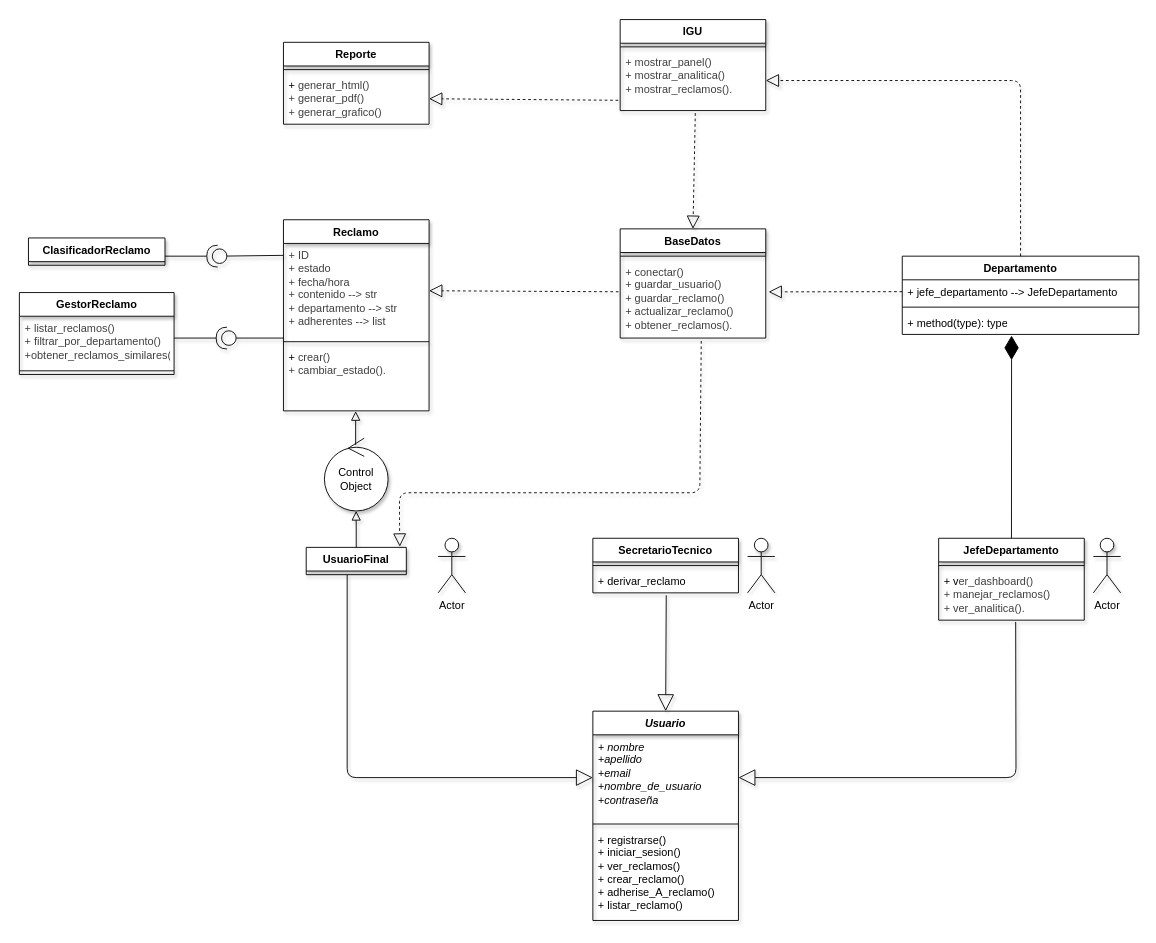
AgustinG178/pa_2025c1_practica keeps this draw.io diagram as TrabajoPractica_3/docs/UML_Tp_3.drawio. Above is the earlier version. Source tidied: cells renumbered, new cells numbered last; positions are measured from the earlier drawing's top-left corner, leaving out a move shared by most shapes. Both pictures are drawn from the tidied source at 91%, with x=0, y=0 at pixel (19, 19).
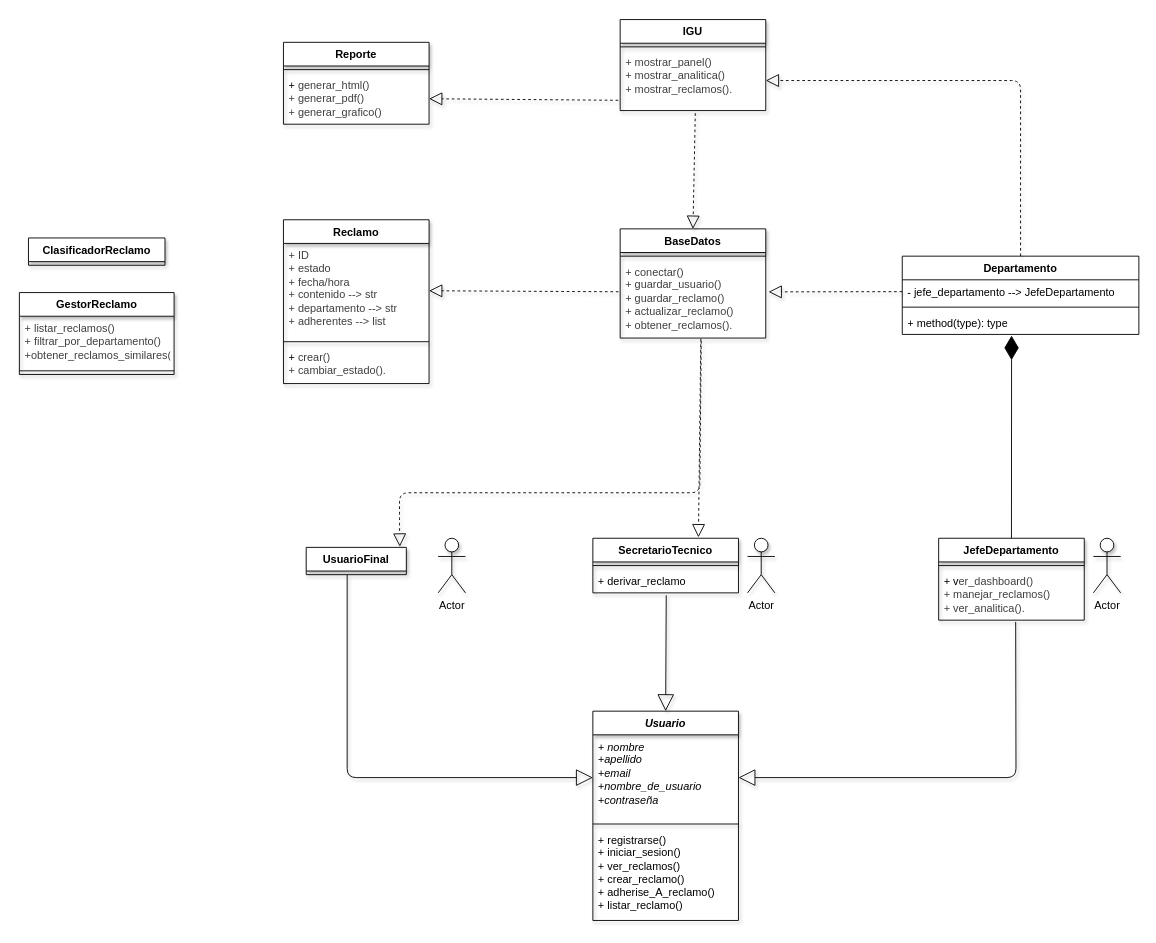
Above is the later version.

The change refers to these unchanged cells:
```xml
<mxCell id="11" value="&lt;span style=&quot;color: rgb(63, 63, 63);&quot;&gt;+ conectar()&lt;/span&gt;&lt;div&gt;&lt;span style=&quot;color: rgb(63, 63, 63);&quot;&gt;+ guardar_usuario()&lt;/span&gt;&lt;/div&gt;&lt;div&gt;&lt;span style=&quot;color: rgb(63, 63, 63);&quot;&gt;+ guardar_reclamo()&lt;/span&gt;&lt;/div&gt;&lt;div&gt;&lt;span style=&quot;color: rgb(63, 63, 63);&quot;&gt;+ actualizar_reclamo()&amp;nbsp;&lt;/span&gt;&lt;/div&gt;&lt;div&gt;&lt;span style=&quot;color: rgb(63, 63, 63);&quot;&gt;+ obtener_reclamos().&lt;/span&gt;&lt;/div&gt;" style="text;align=left;verticalAlign=top;spacingLeft=4;spacingRight=4;overflow=hidden;points=[[0,0.5],[1,0.5]];portConstraint=eastwest;whiteSpace=wrap;html=1;swimlaneLine=1;perimeterSpacing=14;shadow=1;" parent="9" vertex="1">
  <mxGeometry y="34" width="160" height="86" as="geometry" />
</mxCell>
<mxCell id="22" value="SecretarioTecnico" style="swimlane;fontStyle=1;align=center;verticalAlign=top;horizontal=1;startSize=26;whiteSpace=wrap;html=1;swimlaneLine=1;shadow=1;" parent="1" vertex="1">
  <mxGeometry x="630" y="570" width="160" height="60" as="geometry" />
</mxCell>
<mxCell id="28" value="UsuarioFinal" style="swimlane;fontStyle=1;align=center;verticalAlign=top;horizontal=1;startSize=26;whiteSpace=wrap;html=1;swimlaneLine=1;shadow=1;" parent="1" vertex="1" collapsed="1">
  <mxGeometry x="315" y="580" width="110" height="30" as="geometry" />
</mxCell>
<mxCell id="47" value="Departamento&lt;div&gt;&lt;br&gt;&lt;/div&gt;" style="swimlane;fontStyle=1;align=center;verticalAlign=top;horizontal=1;startSize=26;whiteSpace=wrap;html=1;" parent="1" vertex="1">
  <mxGeometry x="970" y="260" width="260" height="86" as="geometry" />
</mxCell>
```

The edit, as a diff of the source:
```diff
@@
     <mxCell id="18" value="Reclamo" style="swimlane;fontStyle=1;align=center;verticalAlign=top;horizontal=1;startSize=26;whiteSpace=wrap;html=1;swimlaneLine=1;shadow=1;" parent="1" vertex="1">
-      <mxGeometry x="290" y="220" width="160" height="210" as="geometry" />
+      <mxGeometry x="290" y="220" width="160" height="180" as="geometry" />
     </mxCell>
@@
     <mxCell id="21" value="+&amp;nbsp;&lt;span style=&quot;color: rgb(63, 63, 63);&quot;&gt;crear()&lt;/span&gt;&lt;div&gt;&lt;span style=&quot;color: rgb(63, 63, 63);&quot;&gt;+ cambiar_estado().&lt;/span&gt;&lt;/div&gt;" style="text;align=left;verticalAlign=top;spacingLeft=4;spacingRight=4;overflow=hidden;points=[[0,0.5],[1,0.5]];portConstraint=eastwest;whiteSpace=wrap;html=1;swimlaneLine=1;shadow=1;" parent="18" vertex="1">
-      <mxGeometry y="138" width="160" height="72" as="geometry" />
+      <mxGeometry y="138" width="160" height="42" as="geometry" />
     </mxCell>
@@
-    <mxCell id="34" value="Control Object" style="ellipse;shape=umlControl;whiteSpace=wrap;html=1;rotation=0;swimlaneLine=1;shadow=1;" parent="1" vertex="1">
-      <mxGeometry x="335" y="460" width="70" height="80" as="geometry" />
-    </mxCell>
-    <mxCell id="35" style="endArrow=block;endSize=8;endFill=0;html=1;exitX=0.5;exitY=0;exitDx=0;exitDy=0;entryX=0.498;entryY=1;entryDx=0;entryDy=0;entryPerimeter=0;shadow=1;strokeWidth=1;" parent="1" edge="1" source="28" target="34">
-      <mxGeometry relative="1" as="geometry" />
-    </mxCell>
-    <mxCell id="36" style="endArrow=block;endSize=8;endFill=0;html=1;exitX=0.49;exitY=0.093;exitDx=0;exitDy=0;exitPerimeter=0;entryX=0.496;entryY=1.004;entryDx=0;entryDy=0;entryPerimeter=0;shadow=1;strokeWidth=1;" parent="1" edge="1" source="34" target="21">
-      <mxGeometry relative="1" as="geometry" />
-    </mxCell>
@@
-    <mxCell id="41" style="rounded=0;orthogonalLoop=1;jettySize=auto;html=1;endArrow=halfCircle;endFill=0;endSize=10;strokeWidth=1;exitX=1.012;exitY=0.666;exitDx=0;exitDy=0;exitPerimeter=0;swimlaneLine=1;shadow=1;" parent="1" edge="1">
-      <mxGeometry relative="1" as="geometry">
-        <mxPoint x="169.8" y="350" as="sourcePoint" />
-        <mxPoint x="228" y="350" as="targetPoint" />
-      </mxGeometry>
-    </mxCell>
-    <mxCell id="42" style="rounded=0;orthogonalLoop=1;jettySize=auto;html=1;endArrow=oval;endFill=0;sourcePerimeterSpacing=0;targetPerimeterSpacing=0;endSize=16;exitX=0.001;exitY=0.607;exitDx=0;exitDy=0;exitPerimeter=0;swimlaneLine=1;shadow=1;strokeWidth=1;" parent="1" edge="1">
-      <mxGeometry relative="1" as="geometry">
-        <mxPoint x="290" y="259.1" as="sourcePoint" />
-        <mxPoint x="219.8" y="260" as="targetPoint" />
-      </mxGeometry>
-    </mxCell>
@@
-    <mxCell id="45" style="rounded=0;orthogonalLoop=1;jettySize=auto;html=1;endArrow=oval;endFill=0;sourcePerimeterSpacing=0;targetPerimeterSpacing=0;endSize=16;exitX=0.001;exitY=0.607;exitDx=0;exitDy=0;exitPerimeter=0;swimlaneLine=1;shadow=1;strokeWidth=1;" parent="1" edge="1">
-      <mxGeometry relative="1" as="geometry">
-        <mxPoint x="290" y="350" as="sourcePoint" />
-        <mxPoint x="230" y="350" as="targetPoint" />
-      </mxGeometry>
-    </mxCell>
-    <mxCell id="46" style="rounded=0;orthogonalLoop=1;jettySize=auto;html=1;endArrow=halfCircle;endFill=0;endSize=10;strokeWidth=1;exitX=1.012;exitY=0.666;exitDx=0;exitDy=0;exitPerimeter=0;swimlaneLine=1;shadow=1;" parent="1" edge="1">
-      <mxGeometry relative="1" as="geometry">
-        <mxPoint x="159.8" y="260" as="sourcePoint" />
-        <mxPoint x="217.7" y="260" as="targetPoint" />
-      </mxGeometry>
-    </mxCell>
@@
-    <mxCell id="48" value="+ jefe_departamento --&amp;gt; JefeDepartamento" style="text;strokeColor=none;fillColor=none;align=left;verticalAlign=top;spacingLeft=4;spacingRight=4;overflow=hidden;points=[[0,0.5],[1,0.5]];portConstraint=eastwest;whiteSpace=wrap;html=1;" parent="47" vertex="1">
+    <mxCell id="48" value="- jefe_departamento --&amp;gt; JefeDepartamento" style="text;strokeColor=none;fillColor=none;align=left;verticalAlign=top;spacingLeft=4;spacingRight=4;overflow=hidden;points=[[0,0.5],[1,0.5]];portConstraint=eastwest;whiteSpace=wrap;html=1;" parent="47" vertex="1">
       <mxGeometry y="26" width="260" height="26" as="geometry" />
     </mxCell>
@@
+    <mxCell id="54" style="endArrow=block;dashed=1;endFill=0;endSize=12;html=1;entryX=0.725;entryY=-0.017;entryDx=0;entryDy=0;exitX=0.546;exitY=0.884;exitDx=0;exitDy=0;exitPerimeter=0;entryPerimeter=0;" parent="1" edge="1" source="11" target="22">
+      <mxGeometry relative="1" as="geometry" />
+    </mxCell>
```
